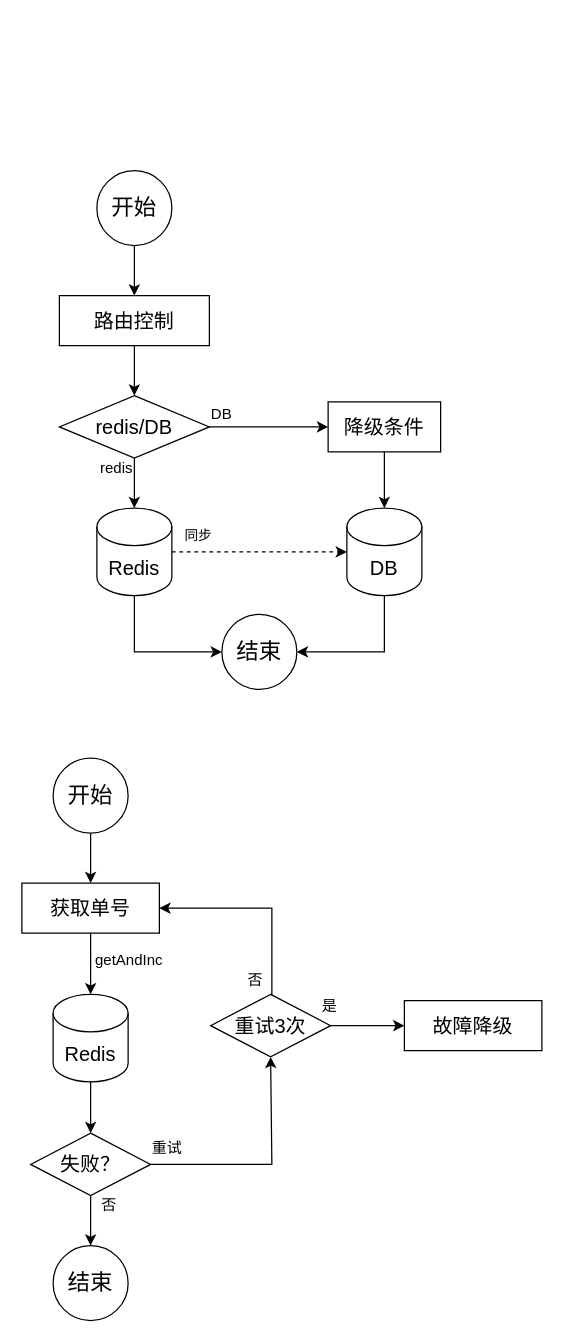
Before: redis降级.drawio in S0Louis/drowio, a draw.io diagram. Source tidied: cells renumbered, new cells numbered last; positions are measured from the earlier drawing's top-left corner, leaving out a move shared by most shapes. Both pictures are drawn from the tidied source at 125%, with x=0, y=0 at pixel (21, 170).
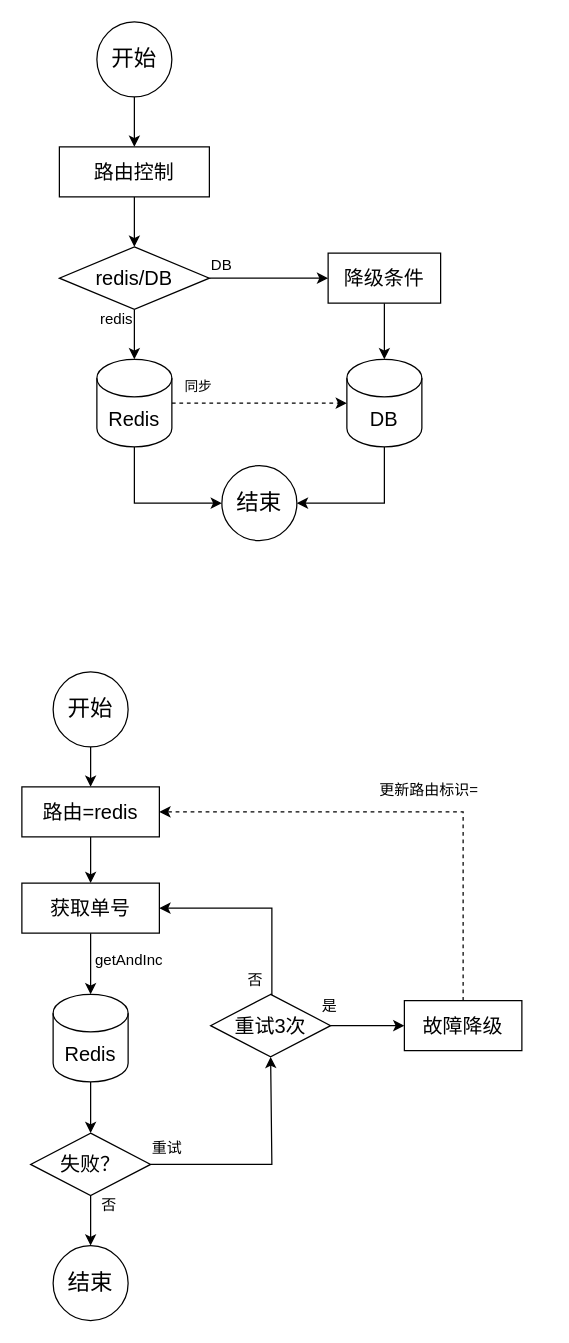
The same diagram, later.

The change refers to these unchanged cells:
```xml
<mxCell id="21" value="获取单号" style="rounded=0;whiteSpace=wrap;html=1;fontSize=16;" parent="1" vertex="1">
  <mxGeometry y="570" width="110" height="40" as="geometry" />
</mxCell>
```

The edit, as a diff of the source:
```diff
@@
     <mxCell id="3" value="开始" style="ellipse;whiteSpace=wrap;html=1;fontSize=18;" parent="1" vertex="1">
-      <mxGeometry x="60" width="60" height="60" as="geometry" />
+      <mxGeometry x="60" y="-119" width="60" height="60" as="geometry" />
     </mxCell>
@@
     <mxCell id="5" value="路由控制" style="rounded=0;whiteSpace=wrap;html=1;fontSize=16;" parent="1" vertex="1">
-      <mxGeometry x="30" y="100" width="120" height="40" as="geometry" />
+      <mxGeometry x="30" y="-19" width="120" height="40" as="geometry" />
     </mxCell>
     <mxCell id="6" style="edgeStyle=orthogonalEdgeStyle;rounded=0;jettySize=auto;html=1;" parent="1" edge="1" source="7">
       <mxGeometry relative="1" as="geometry">
-        <mxPoint x="90" y="270" as="targetPoint" />
+        <mxPoint x="90" y="151" as="targetPoint" />
       </mxGeometry>
     </mxCell>
     <mxCell id="7" value="redis/DB" style="rhombus;whiteSpace=wrap;html=1;fontSize=16;" parent="1" vertex="1">
-      <mxGeometry x="30" y="180" width="120" height="50" as="geometry" />
+      <mxGeometry x="30" y="61" width="120" height="50" as="geometry" />
     </mxCell>
     <mxCell id="8" value="redis" style="text;html=1;align=center;verticalAlign=middle;whiteSpace=wrap;rounded=0;" parent="1" vertex="1">
-      <mxGeometry x="46" y="223" width="60" height="30" as="geometry" />
+      <mxGeometry x="46" y="104" width="60" height="30" as="geometry" />
     </mxCell>
     <mxCell id="9" value="DB" style="text;html=1;align=center;verticalAlign=middle;whiteSpace=wrap;rounded=0;" parent="1" vertex="1">
-      <mxGeometry x="130" y="180" width="60" height="30" as="geometry" />
+      <mxGeometry x="130" y="61" width="60" height="30" as="geometry" />
     </mxCell>
@@
     <mxCell id="13" value="Redis" style="shape=cylinder3;whiteSpace=wrap;html=1;boundedLbl=1;backgroundOutline=1;size=15;fontSize=16;" parent="1" vertex="1">
-      <mxGeometry x="60" y="270" width="60" height="70" as="geometry" />
+      <mxGeometry x="60" y="151" width="60" height="70" as="geometry" />
     </mxCell>
     <mxCell id="14" value="DB" style="shape=cylinder3;whiteSpace=wrap;html=1;boundedLbl=1;backgroundOutline=1;size=15;fontSize=16;" parent="1" vertex="1">
-      <mxGeometry x="260" y="270" width="60" height="70" as="geometry" />
+      <mxGeometry x="260" y="151" width="60" height="70" as="geometry" />
     </mxCell>
@@
     <mxCell id="16" value="降级条件" style="rounded=0;whiteSpace=wrap;html=1;fontSize=16;" parent="1" vertex="1">
-      <mxGeometry x="245" y="185" width="90" height="40" as="geometry" />
+      <mxGeometry x="245" y="66" width="90" height="40" as="geometry" />
     </mxCell>
     <mxCell id="17" style="edgeStyle=orthogonalEdgeStyle;rounded=0;jettySize=auto;html=1;exitX=0.5;exitY=1;exitDx=0;exitDy=0;exitPerimeter=0;" parent="1" edge="1" source="13" target="18">
       <mxGeometry relative="1" as="geometry">
         <Array as="points">
-          <mxPoint x="90" y="385" />
+          <mxPoint x="90" y="266" />
         </Array>
       </mxGeometry>
     </mxCell>
     <mxCell id="18" value="&lt;font style=&quot;font-size: 18px;&quot;&gt;结束&lt;/font&gt;" style="ellipse;whiteSpace=wrap;html=1;" parent="1" vertex="1">
-      <mxGeometry x="160" y="355" width="60" height="60" as="geometry" />
+      <mxGeometry x="160" y="236" width="60" height="60" as="geometry" />
     </mxCell>
     <mxCell id="19" style="edgeStyle=orthogonalEdgeStyle;rounded=0;jettySize=auto;html=1;exitX=0.5;exitY=1;exitDx=0;exitDy=0;exitPerimeter=0;entryX=1;entryY=0.5;entryDx=0;entryDy=0;" parent="1" edge="1" source="14" target="18">
       <mxGeometry relative="1" as="geometry">
         <Array as="points">
-          <mxPoint x="290" y="385" />
+          <mxPoint x="290" y="266" />
         </Array>
       </mxGeometry>
     </mxCell>
@@
-    <mxCell id="25" style="edgeStyle=orthogonalEdgeStyle;rounded=0;jettySize=auto;html=1;entryX=0.5;entryY=0;entryDx=0;entryDy=0;" parent="1" edge="1" source="26" target="21">
-      <mxGeometry relative="1" as="geometry" />
-    </mxCell>
+    <mxCell id="39" style="edgeStyle=orthogonalEdgeStyle;rounded=0;jettySize=auto;html=1;" parent="1" edge="1" source="26" target="42">
+      <mxGeometry relative="1" as="geometry" />
+    </mxCell>
     <mxCell id="26" value="&lt;font style=&quot;font-size: 18px;&quot;&gt;开始&lt;/font&gt;" style="ellipse;whiteSpace=wrap;html=1;" parent="1" vertex="1">
-      <mxGeometry x="25" y="470" width="60" height="60" as="geometry" />
+      <mxGeometry x="25" y="401" width="60" height="60" as="geometry" />
     </mxCell>
@@
+    <mxCell id="40" style="edgeStyle=orthogonalEdgeStyle;rounded=0;jettySize=auto;html=1;entryX=1;entryY=0.5;entryDx=0;entryDy=0;dashed=1;" parent="1" edge="1" source="36" target="42">
+      <mxGeometry relative="1" as="geometry">
+        <Array as="points">
+          <mxPoint x="353" y="513" />
+        </Array>
+      </mxGeometry>
+    </mxCell>
     <mxCell id="36" value="故障降级" style="rounded=0;whiteSpace=wrap;html=1;fontSize=16;" parent="1" vertex="1">
-      <mxGeometry x="306" y="664" width="110" height="40" as="geometry" />
+      <mxGeometry x="306" y="664" width="94" height="40" as="geometry" />
     </mxCell>
@@
+    <mxCell id="41" style="edgeStyle=orthogonalEdgeStyle;rounded=0;jettySize=auto;html=1;entryX=0.5;entryY=0;entryDx=0;entryDy=0;" parent="1" edge="1" source="42" target="21">
+      <mxGeometry relative="1" as="geometry" />
+    </mxCell>
+    <mxCell id="42" value="路由=redis" style="rounded=0;whiteSpace=wrap;html=1;fontSize=16;" parent="1" vertex="1">
+      <mxGeometry y="493" width="110" height="40" as="geometry" />
+    </mxCell>
+    <mxCell id="43" value="更新路由标识=" style="text;html=1;align=center;verticalAlign=middle;whiteSpace=wrap;rounded=0;" parent="1" vertex="1">
+      <mxGeometry x="232" y="481" width="188" height="30" as="geometry" />
+    </mxCell>
```
